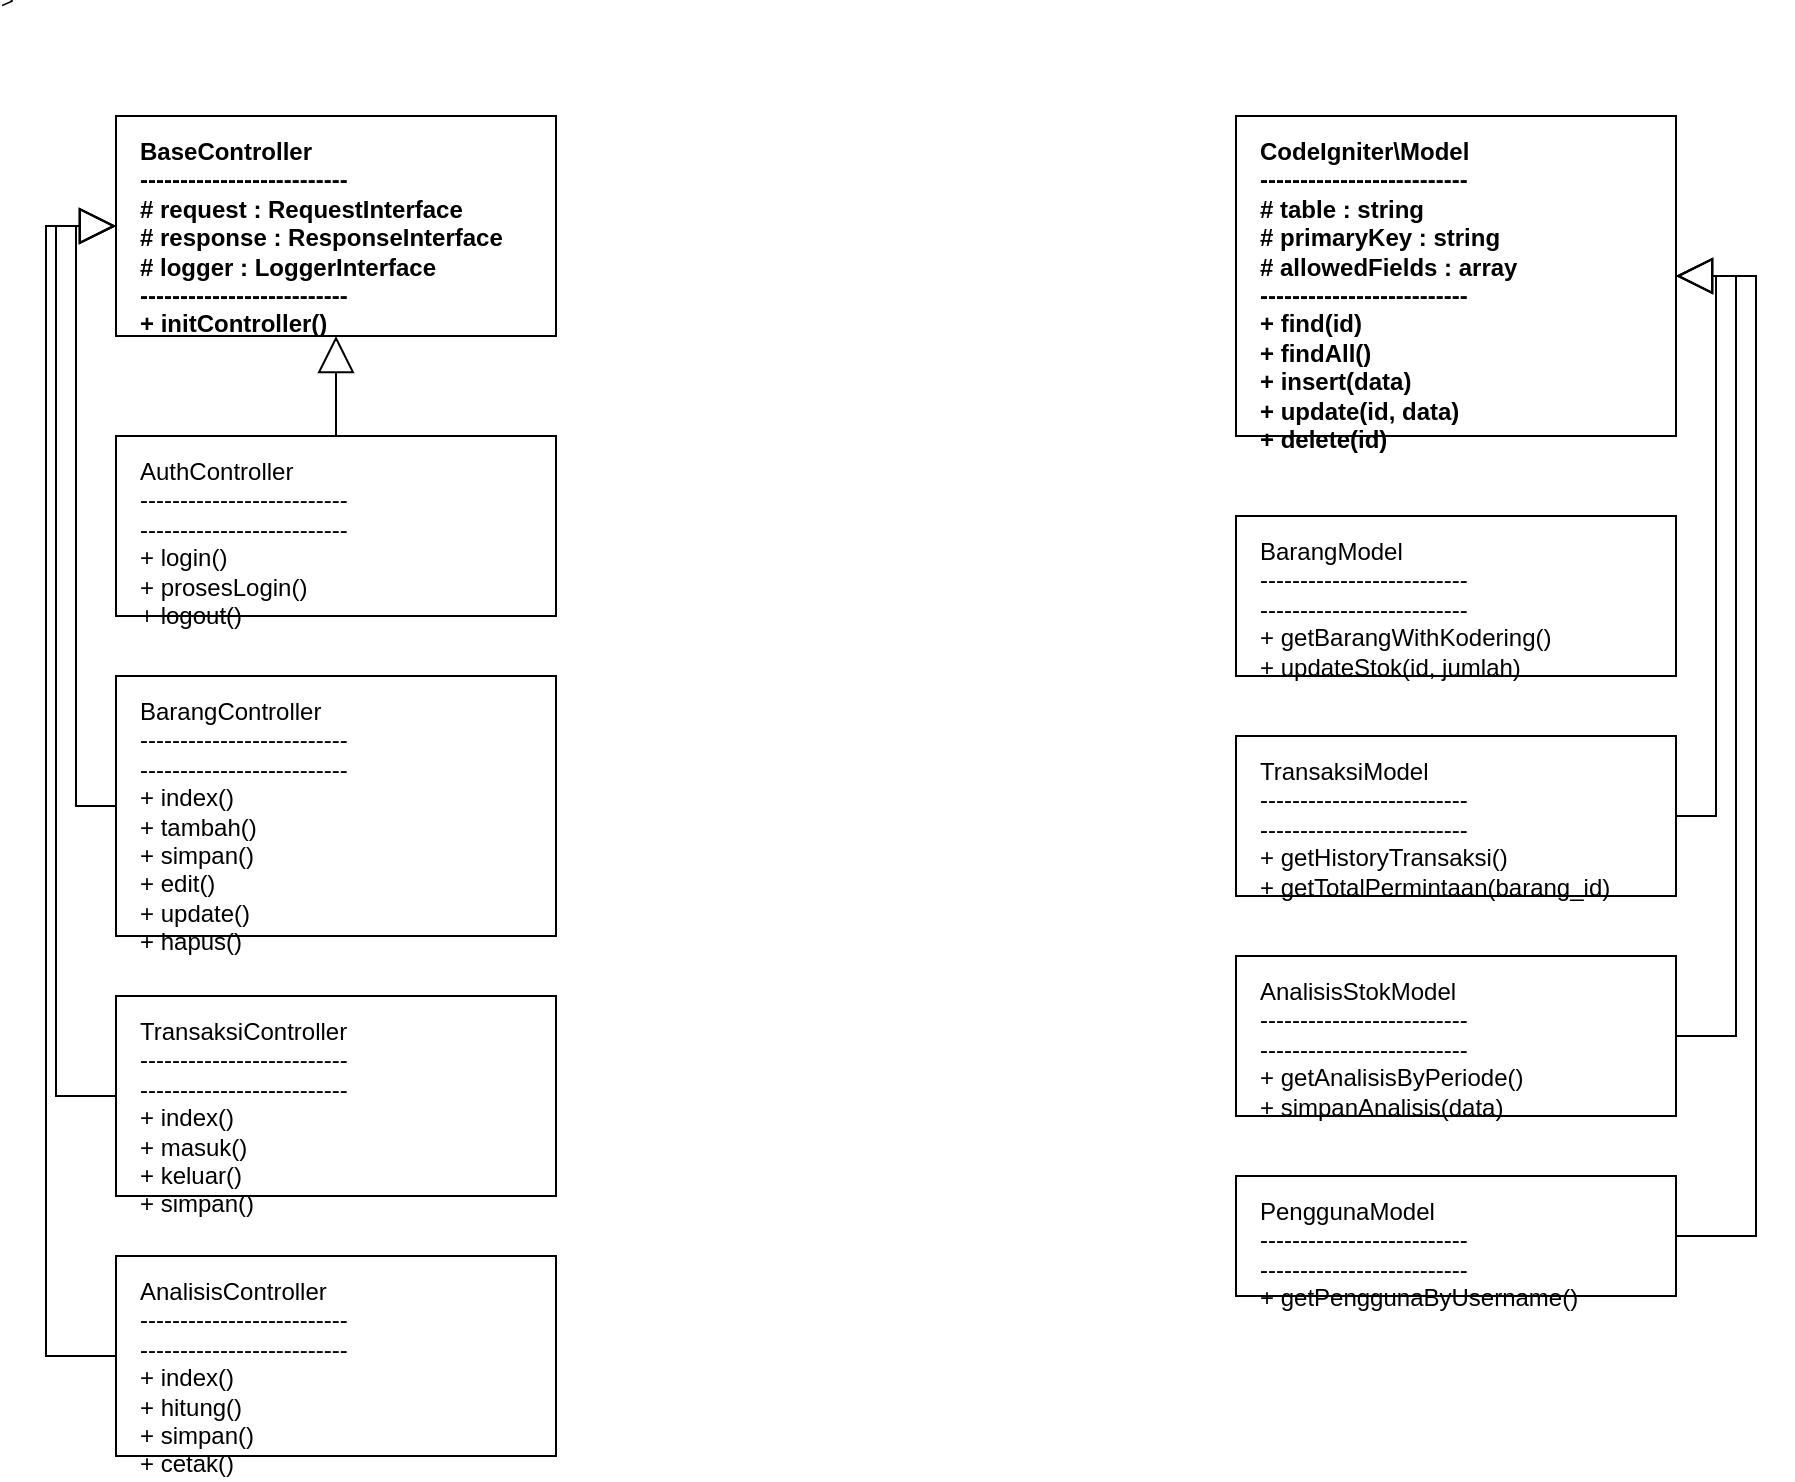
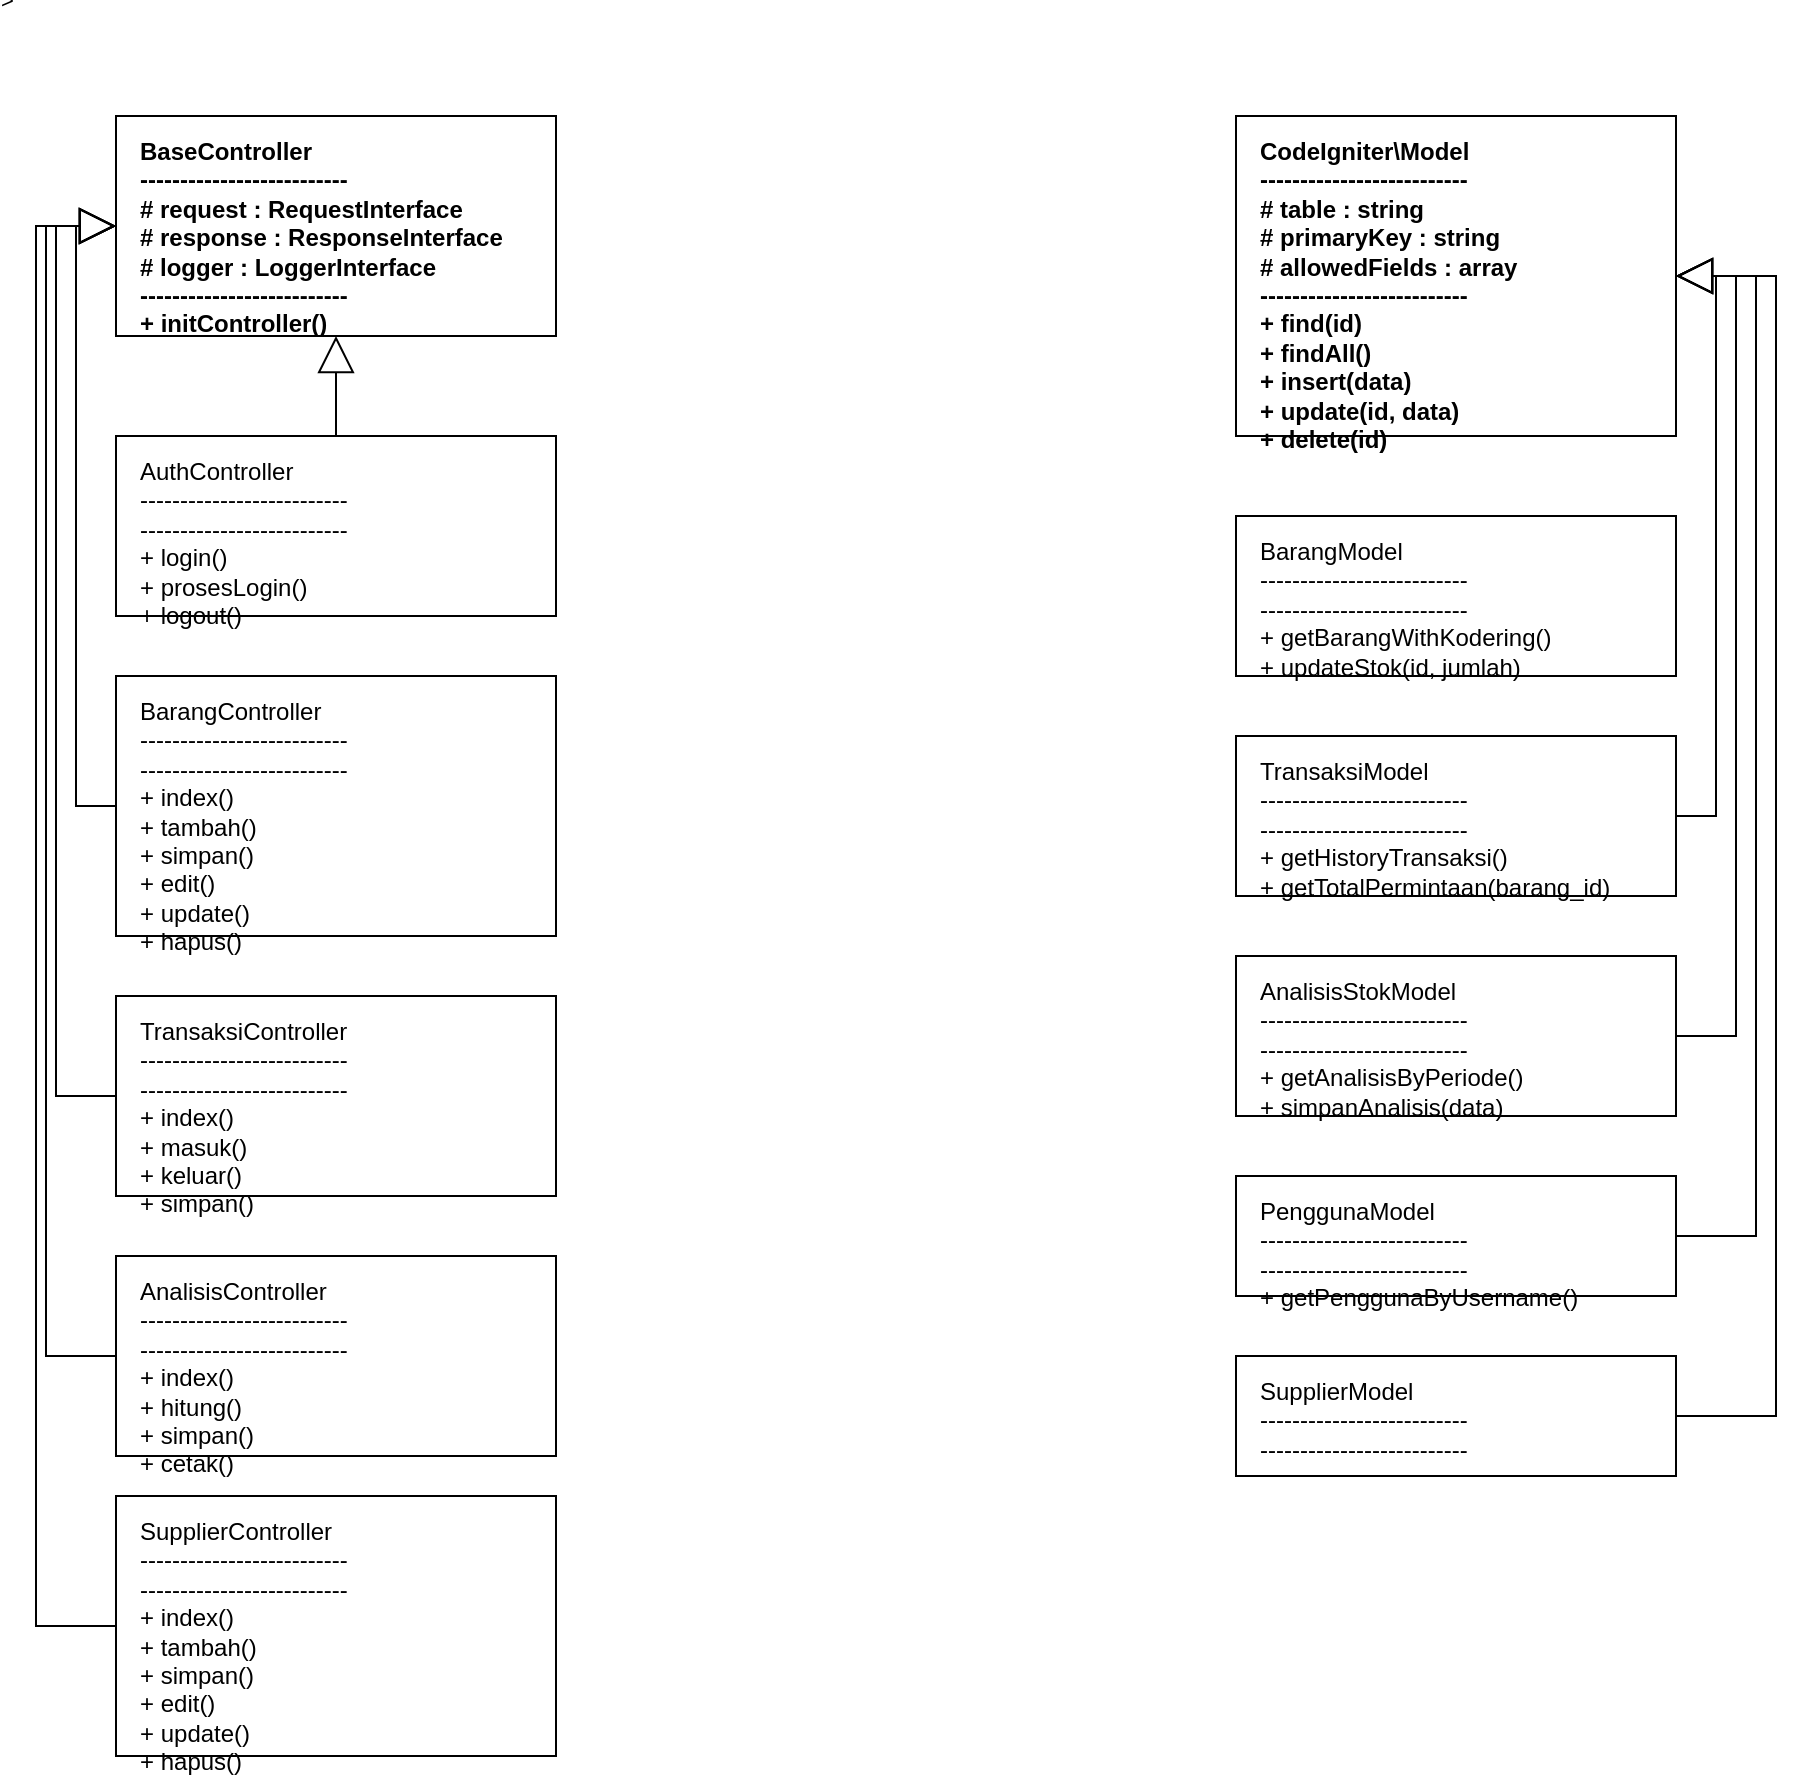
<?xml version="1.0" encoding="UTF-8"?>
<mxfile host="Electron" modified="2026-03-13T00:00:00.000Z" agent="5.0" version="21.6.8" type="device">
  <diagram id="Class-Diagram" name="Class Diagram Inventaris">
    <mxGraphModel dx="1422" dy="798" grid="1" gridSize="10" guides="1" tooltips="1" connect="1" arrows="1" fold="1" page="1" pageScale="1" pageWidth="1169" pageHeight="827" math="0" shadow="0">
      <root>
        <mxCell id="0" />
        <mxCell id="1" parent="0" />

        <!-- ========================================================== -->
        <!-- CONTROLLERS (Left Side) -->
        <!-- ========================================================== -->

        <!-- BaseController (ID: 10) -->
        <mxCell id="10" value="BaseController&#xa;--------------------------&#xa;# request : RequestInterface&#xa;# response : ResponseInterface&#xa;# logger : LoggerInterface&#xa;--------------------------&#xa;+ initController()" style="shape=rectangle;whiteSpace=wrap;html=1;align=left;spacingLeft=10;fillColor=#ffffff;strokeColor=#000000;fontColor=#000000;verticalAlign=top;spacingTop=4;fontStyle=1;" vertex="1" parent="1">
          <mxGeometry x="40" y="40" width="220" height="110" as="geometry" />
        </mxCell>

        <!-- AuthController (ID: 11) -->
        <mxCell id="11" value="AuthController&#xa;--------------------------&#xa;--------------------------&#xa;+ login()&#xa;+ prosesLogin()&#xa;+ logout()" style="shape=rectangle;whiteSpace=wrap;html=1;align=left;spacingLeft=10;fillColor=#ffffff;strokeColor=#000000;fontColor=#000000;verticalAlign=top;spacingTop=4;" vertex="1" parent="1">
          <mxGeometry x="40" y="200" width="220" height="90" as="geometry" />
        </mxCell>

        <!-- BarangController (ID: 12) -->
        <mxCell id="12" value="BarangController&#xa;--------------------------&#xa;--------------------------&#xa;+ index()&#xa;+ tambah()&#xa;+ simpan()&#xa;+ edit()&#xa;+ update()&#xa;+ hapus()" style="shape=rectangle;whiteSpace=wrap;html=1;align=left;spacingLeft=10;fillColor=#ffffff;strokeColor=#000000;fontColor=#000000;verticalAlign=top;spacingTop=4;" vertex="1" parent="1">
          <mxGeometry x="40" y="320" width="220" height="130" as="geometry" />
        </mxCell>

        <!-- TransaksiController (ID: 13) -->
        <mxCell id="13" value="TransaksiController&#xa;--------------------------&#xa;--------------------------&#xa;+ index()&#xa;+ masuk()&#xa;+ keluar()&#xa;+ simpan()" style="shape=rectangle;whiteSpace=wrap;html=1;align=left;spacingLeft=10;fillColor=#ffffff;strokeColor=#000000;fontColor=#000000;verticalAlign=top;spacingTop=4;" vertex="1" parent="1">
          <mxGeometry x="40" y="480" width="220" height="100" as="geometry" />
        </mxCell>

        <!-- AnalisisController (ID: 14) -->
        <mxCell id="14" value="AnalisisController&#xa;--------------------------&#xa;--------------------------&#xa;+ index()&#xa;+ hitung()&#xa;+ simpan()&#xa;+ cetak()" style="shape=rectangle;whiteSpace=wrap;html=1;align=left;spacingLeft=10;fillColor=#ffffff;strokeColor=#000000;fontColor=#000000;verticalAlign=top;spacingTop=4;" vertex="1" parent="1">
          <mxGeometry x="40" y="610" width="220" height="100" as="geometry" />
        </mxCell>

        <!-- ========================================================== -->
        <!-- MODELS (Right Side) -->
        <!-- ========================================================== -->

        <!-- Abstract CodeIgniter Model (ID: 50) -->
        <mxCell id="50" value="CodeIgniter\Model&#xa;--------------------------&#xa;# table : string&#xa;# primaryKey : string&#xa;# allowedFields : array&#xa;--------------------------&#xa;+ find(id)&#xa;+ findAll()&#xa;+ insert(data)&#xa;+ update(id, data)&#xa;+ delete(id)" style="shape=rectangle;whiteSpace=wrap;html=1;align=left;spacingLeft=10;fillColor=#ffffff;strokeColor=#000000;fontColor=#000000;verticalAlign=top;spacingTop=4;fontStyle=1;" vertex="1" parent="1">
          <mxGeometry x="600" y="40" width="220" height="160" as="geometry" />
        </mxCell>

        <!-- BarangModel (ID: 51) -->
        <mxCell id="51" value="BarangModel&#xa;--------------------------&#xa;--------------------------&#xa;+ getBarangWithKodering()&#xa;+ updateStok(id, jumlah)" style="shape=rectangle;whiteSpace=wrap;html=1;align=left;spacingLeft=10;fillColor=#ffffff;strokeColor=#000000;fontColor=#000000;verticalAlign=top;spacingTop=4;" vertex="1" parent="1">
          <mxGeometry x="600" y="240" width="220" height="80" as="geometry" />
        </mxCell>

        <!-- TransaksiModel (ID: 52) -->
        <mxCell id="52" value="TransaksiModel&#xa;--------------------------&#xa;--------------------------&#xa;+ getHistoryTransaksi()&#xa;+ getTotalPermintaan(barang_id)" style="shape=rectangle;whiteSpace=wrap;html=1;align=left;spacingLeft=10;fillColor=#ffffff;strokeColor=#000000;fontColor=#000000;verticalAlign=top;spacingTop=4;" vertex="1" parent="1">
          <mxGeometry x="600" y="350" width="220" height="80" as="geometry" />
        </mxCell>

        <!-- AnalisisStokModel (ID: 53) -->
        <mxCell id="53" value="AnalisisStokModel&#xa;--------------------------&#xa;--------------------------&#xa;+ getAnalisisByPeriode()&#xa;+ simpanAnalisis(data)" style="shape=rectangle;whiteSpace=wrap;html=1;align=left;spacingLeft=10;fillColor=#ffffff;strokeColor=#000000;fontColor=#000000;verticalAlign=top;spacingTop=4;" vertex="1" parent="1">
          <mxGeometry x="600" y="460" width="220" height="80" as="geometry" />
        </mxCell>

        <!-- PenggunaModel (ID: 54) -->
        <mxCell id="54" value="PenggunaModel&#xa;--------------------------&#xa;--------------------------&#xa;+ getPenggunaByUsername()" style="shape=rectangle;whiteSpace=wrap;html=1;align=left;spacingLeft=10;fillColor=#ffffff;strokeColor=#000000;fontColor=#000000;verticalAlign=top;spacingTop=4;" vertex="1" parent="1">
          <mxGeometry x="600" y="570" width="220" height="60" as="geometry" />
        </mxCell>

        <!-- ========================================================== -->
        <!-- RELATIONSHIPS -->
        <!-- ========================================================== -->

        <!-- INHERITANCE: Sub-controllers to BaseController -->
        <mxCell id="R1" value="" style="endArrow=block;endSize=16;endFill=0;html=1;rounded=0;exitX=0.5;exitY=0;entryX=0.5;entryY=1;strokeColor=#000000;" edge="1" parent="1" source="11" target="10">
          <mxGeometry width="50" height="50" relative="1" as="geometry" />
        </mxCell>
        <mxCell id="R2" value="" style="endArrow=block;endSize=16;endFill=0;html=1;rounded=0;exitX=0;exitY=0.5;entryX=0;entryY=0.5;strokeColor=#000000;" edge="1" parent="1" source="12" target="10">
          <mxGeometry width="50" height="50" relative="1" as="geometry">
            <Array as="points"><mxPoint x="20" y="385" /><mxPoint x="20" y="95" /></Array>
          </mxGeometry>
        </mxCell>
        <mxCell id="R3" value="" style="endArrow=block;endSize=16;endFill=0;html=1;rounded=0;exitX=0;exitY=0.5;entryX=0;entryY=0.5;strokeColor=#000000;" edge="1" parent="1" source="13" target="10">
          <mxGeometry width="50" height="50" relative="1" as="geometry">
            <Array as="points"><mxPoint x="10" y="530" /><mxPoint x="10" y="95" /></Array>
          </mxGeometry>
        </mxCell>
        <mxCell id="R4" value="" style="endArrow=block;endSize=16;endFill=0;html=1;rounded=0;exitX=0;exitY=0.5;entryX=0;entryY=0.5;strokeColor=#000000;" edge="1" parent="1" source="14" target="10">
          <mxGeometry width="50" height="50" relative="1" as="geometry">
            <Array as="points"><mxPoint x="5" y="660" /><mxPoint x="5" y="95" /></Array>
          </mxGeometry>
        </mxCell>

        <!-- INHERITANCE: Sub-models to CodeIgniter\Model -->
        <mxCell id="R5" value="" style="endArrow=block;endSize=16;endFill=0;html=1;rounded=0;exitX=0.5;exitY=0;entryX=0.5;entryY=1;strokeColor=#000000;" edge="1" parent="1" source="51" target="50" />
        <mxCell id="R6" value="" style="endArrow=block;endSize=16;endFill=0;html=1;rounded=0;exitX=1;exitY=0.5;entryX=1;entryY=0.5;strokeColor=#000000;" edge="1" parent="1" source="52" target="50">
          <mxGeometry width="50" height="50" relative="1" as="geometry">
            <Array as="points"><mxPoint x="840" y="390" /><mxPoint x="840" y="120" /></Array>
          </mxGeometry>
        </mxCell>
        <mxCell id="R7" value="" style="endArrow=block;endSize=16;endFill=0;html=1;rounded=0;exitX=1;exitY=0.5;entryX=1;entryY=0.5;strokeColor=#000000;" edge="1" parent="1" source="53" target="50">
          <mxGeometry width="50" height="50" relative="1" as="geometry">
            <Array as="points"><mxPoint x="850" y="500" /><mxPoint x="850" y="120" /></Array>
          </mxGeometry>
        </mxCell>
        <mxCell id="R8" value="" style="endArrow=block;endSize=16;endFill=0;html=1;rounded=0;exitX=1;exitY=0.5;entryX=1;entryY=0.5;strokeColor=#000000;" edge="1" parent="1" source="54" target="50">
          <mxGeometry width="50" height="50" relative="1" as="geometry">
            <Array as="points"><mxPoint x="860" y="600" /><mxPoint x="860" y="120" /></Array>
          </mxGeometry>
        </mxCell>

        <!-- USAGE: Controllers using Models (Dependency) -->
        <mxCell id="D1" value="&lt;&lt;uses&gt;&gt;" style="endArrow=open;endSize=12;dashed=1;html=1;rounded=0;exitX=1;exitY=0.5;entryX=0;entryY=0.5;strokeColor=#000000;" edge="1" parent="1" source="11" target="54" />
        <mxCell id="D2" value="&lt;&lt;uses&gt;&gt;" style="endArrow=open;endSize=12;dashed=1;html=1;rounded=0;exitX=1;exitY=0.5;entryX=0;entryY=0.5;strokeColor=#000000;" edge="1" parent="1" source="12" target="51" />
        <mxCell id="D3" value="&lt;&lt;uses&gt;&gt;" style="endArrow=open;endSize=12;dashed=1;html=1;rounded=0;exitX=1;exitY=0.5;entryX=0;entryY=0.5;strokeColor=#000000;" edge="1" parent="1" source="13" target="52" />
        <mxCell id="D4" value="&lt;&lt;uses&gt;&gt;" style="endArrow=open;endSize=12;dashed=1;html=1;rounded=0;exitX=1;exitY=0.5;entryX=0;entryY=0.5;strokeColor=#000000;" edge="1" parent="1" source="14" target="53" />

+         <!-- SupplierController (ID: 15) -->
+         <mxCell id="15" value="SupplierController&#xa;--------------------------&#xa;--------------------------&#xa;+ index()&#xa;+ tambah()&#xa;+ simpan()&#xa;+ edit()&#xa;+ update()&#xa;+ hapus()" style="shape=rectangle;whiteSpace=wrap;html=1;align=left;spacingLeft=10;fillColor=#ffffff;strokeColor=#000000;fontColor=#000000;verticalAlign=top;spacingTop=4;" vertex="1" parent="1">
+           <mxGeometry x="40" y="730" width="220" height="130" as="geometry" />
+         </mxCell>
+ 
+         <!-- SupplierModel (ID: 55) -->
+         <mxCell id="55" value="SupplierModel&#xa;--------------------------&#xa;--------------------------" style="shape=rectangle;whiteSpace=wrap;html=1;align=left;spacingLeft=10;fillColor=#ffffff;strokeColor=#000000;fontColor=#000000;verticalAlign=top;spacingTop=4;" vertex="1" parent="1">
+           <mxGeometry x="600" y="660" width="220" height="60" as="geometry" />
+         </mxCell>
+ 
+         <!-- INHERITANCE: SupplierController to BaseController -->
+         <mxCell id="R9" value="" style="endArrow=block;endSize=16;endFill=0;html=1;rounded=0;exitX=0;exitY=0.5;entryX=0;entryY=0.5;strokeColor=#000000;" edge="1" parent="1" source="15" target="10">
+           <mxGeometry width="50" height="50" relative="1" as="geometry">
+             <Array as="points"><mxPoint x="0" y="795" /><mxPoint x="0" y="95" /></Array>
+           </mxGeometry>
+         </mxCell>
+ 
+         <!-- INHERITANCE: SupplierModel to CodeIgniter\Model -->
+         <mxCell id="R10" value="" style="endArrow=block;endSize=16;endFill=0;html=1;rounded=0;exitX=1;exitY=0.5;entryX=1;entryY=0.5;strokeColor=#000000;" edge="1" parent="1" source="55" target="50">
+           <mxGeometry width="50" height="50" relative="1" as="geometry">
+             <Array as="points"><mxPoint x="870" y="690" /><mxPoint x="870" y="120" /></Array>
+           </mxGeometry>
+         </mxCell>
+ 
+         <!-- USAGE: SupplierController uses SupplierModel -->
+         <mxCell id="D5" value="&lt;&lt;uses&gt;&gt;" style="endArrow=open;endSize=12;dashed=1;html=1;rounded=0;exitX=1;exitY=0.5;entryX=0;entryY=0.5;strokeColor=#000000;" edge="1" parent="1" source="15" target="55" />
+ 
      </root>
    </mxGraphModel>
  </diagram>
</mxfile>
